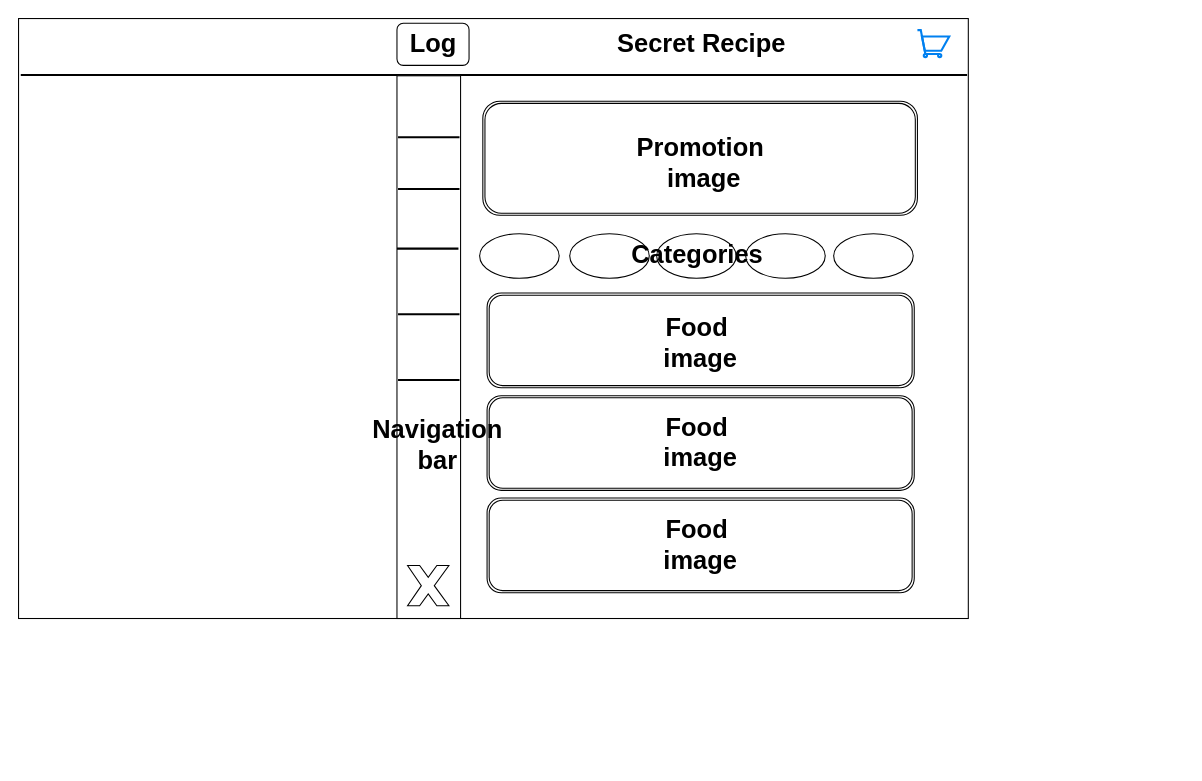
This is Untitled Diagram.drawio from VisualGitCode/VisualGitCode.github.io, a draw.io file, before an edit. Source tidied: cells renumbered, new cells numbered last; positions are measured from the earlier drawing's top-left corner, leaving out a move shared by most shapes. Both pictures are drawn from the tidied source at 106%, with x=0, y=0 at pixel (18, 18).
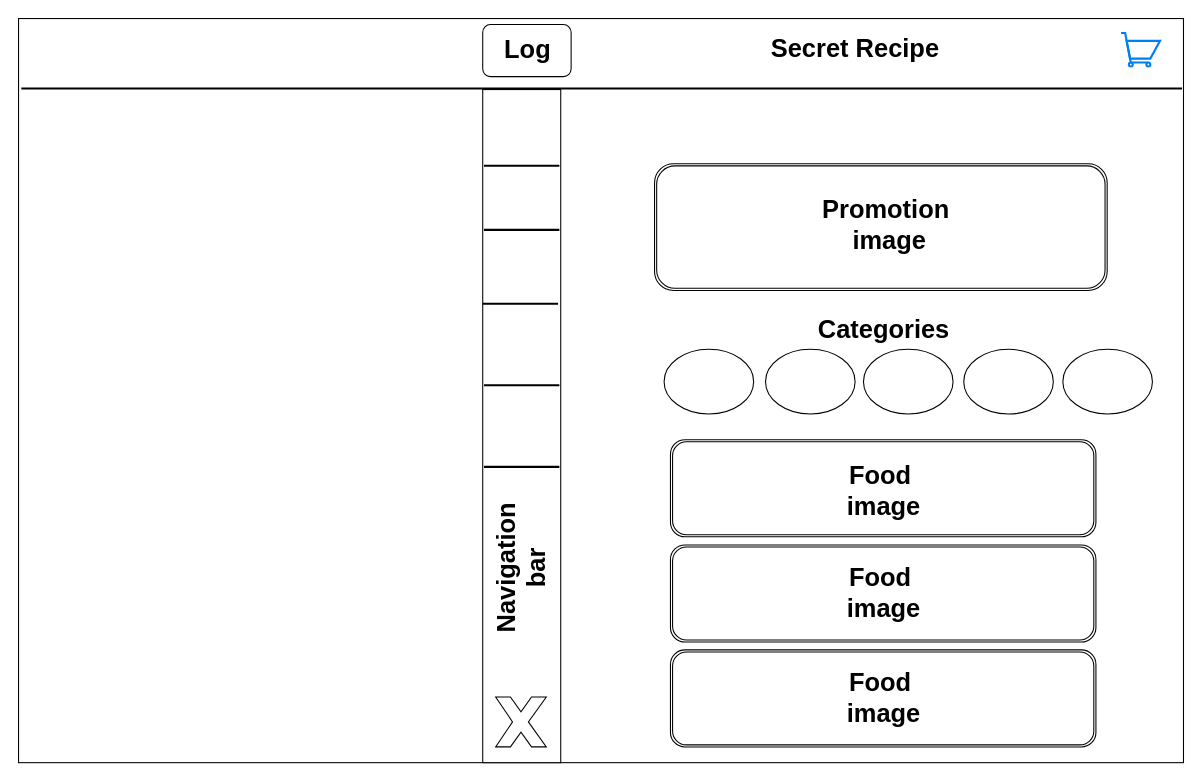
After the change.

Change to the diagram source:
```diff
@@
     <mxCell id="2" style="group;" parent="1" vertex="1">
-      <mxGeometry width="896" height="566" as="geometry" />
+      <mxGeometry width="1099" height="702" as="geometry" />
     </mxCell>
     <mxCell id="3" style="rounded=0;whiteSpace=wrap;html=1;" parent="2" vertex="1">
-      <mxGeometry width="896" height="566" as="geometry" />
+      <mxGeometry width="1099" height="702" as="geometry" />
     </mxCell>
     <mxCell id="4" style="line;strokeWidth=2;html=1;" parent="2" vertex="1">
-      <mxGeometry x="2.1" y="47.4" width="892.8" height="11.8" as="geometry" />
+      <mxGeometry x="2.6" y="58.7" width="1095" height="14.7" as="geometry" />
     </mxCell>
     <mxCell id="5" value="Secret Recipe" style="text;strokeColor=none;fillColor=none;html=1;fontSize=24;fontStyle=1;verticalAlign=middle;align=center;" parent="2" vertex="1">
-      <mxGeometry x="589.8" width="107.4" height="47.4" as="geometry" />
+      <mxGeometry x="723.4" width="131.8" height="58.7" as="geometry" />
     </mxCell>
     <mxCell id="6" style="group;" parent="2" vertex="1">
-      <mxGeometry x="442" y="259" width="403" height="282.6" as="geometry" />
+      <mxGeometry x="615" y="397.3" width="401.4" height="289.8" as="geometry" />
     </mxCell>
     <mxCell id="7" style="group;" parent="6" vertex="1">
-      <mxGeometry width="403" height="282.6" as="geometry" />
+      <mxGeometry width="401.4" height="289.8" as="geometry" />
     </mxCell>
     <mxCell id="8" style="shape=ext;double=1;rounded=1;whiteSpace=wrap;html=1;" parent="7" vertex="1">
-      <mxGeometry width="403" height="89.3" as="geometry" />
+      <mxGeometry width="401.4" height="91.6" as="geometry" />
     </mxCell>
     <mxCell id="9" style="shape=ext;double=1;rounded=1;whiteSpace=wrap;html=1;" parent="7" vertex="1">
-      <mxGeometry y="96.8" width="403" height="89.3" as="geometry" />
+      <mxGeometry y="99.3" width="401.4" height="91.6" as="geometry" />
     </mxCell>
     <mxCell id="10" style="shape=ext;double=1;rounded=1;whiteSpace=wrap;html=1;" parent="7" vertex="1">
-      <mxGeometry y="193.4" width="403" height="89.3" as="geometry" />
+      <mxGeometry y="198.3" width="401.4" height="91.6" as="geometry" />
     </mxCell>
     <mxCell id="11" value="Food&amp;nbsp;&lt;div&gt;image&lt;/div&gt;" style="text;strokeColor=none;fillColor=none;html=1;fontSize=24;fontStyle=1;verticalAlign=middle;align=center;" parent="7" vertex="1">
-      <mxGeometry x="62.5" y="27" width="277.9" height="40" as="geometry" />
+      <mxGeometry x="62.3" y="27.7" width="276.9" height="41" as="geometry" />
     </mxCell>
     <mxCell id="12" value="Food&amp;nbsp;&lt;div&gt;image&lt;/div&gt;" style="text;strokeColor=none;fillColor=none;html=1;fontSize=24;fontStyle=1;verticalAlign=middle;align=center;" parent="7" vertex="1">
-      <mxGeometry x="62.5" y="121.3" width="277.9" height="40" as="geometry" />
+      <mxGeometry x="62.3" y="124.4" width="276.9" height="41" as="geometry" />
     </mxCell>
     <mxCell id="13" value="Food&amp;nbsp;&lt;div&gt;image&lt;/div&gt;" style="text;strokeColor=none;fillColor=none;html=1;fontSize=24;fontStyle=1;verticalAlign=middle;align=center;" parent="7" vertex="1">
-      <mxGeometry x="62.5" y="218" width="277.9" height="40" as="geometry" />
+      <mxGeometry x="62.3" y="223.5" width="276.9" height="41" as="geometry" />
     </mxCell>
     <mxCell id="14" style="group;" parent="2" vertex="1">
-      <mxGeometry x="438" y="78" width="410" height="107.6" as="geometry" />
+      <mxGeometry x="567" y="123" width="502.9" height="133.5" as="geometry" />
     </mxCell>
     <mxCell id="15" style="shape=ext;double=1;rounded=1;whiteSpace=wrap;html=1;" parent="14" vertex="1">
-      <mxGeometry width="410" height="107.6" as="geometry" />
+      <mxGeometry x="33" y="14" width="427" height="119.5" as="geometry" />
     </mxCell>
     <mxCell id="16" value="Promotion&lt;div&gt;&amp;nbsp;image&lt;/div&gt;" style="text;strokeColor=none;fillColor=none;html=1;fontSize=24;fontStyle=1;verticalAlign=middle;align=center;" parent="14" vertex="1">
-      <mxGeometry x="109.2" y="44" width="191.6" height="28" as="geometry" />
+      <mxGeometry x="133.9" y="54.6" width="235" height="34.7" as="geometry" />
     </mxCell>
-    <mxCell id="17" style="group;" parent="2" vertex="1">
-      <mxGeometry x="435" y="203" width="409" height="42" as="geometry" />
-    </mxCell>
-    <mxCell id="18" style="ellipse;whiteSpace=wrap;html=1;" parent="17" vertex="1">
-      <mxGeometry width="75" height="42" as="geometry" />
-    </mxCell>
-    <mxCell id="19" style="ellipse;whiteSpace=wrap;html=1;" parent="17" vertex="1">
-      <mxGeometry x="167" width="75" height="42" as="geometry" />
-    </mxCell>
-    <mxCell id="20" style="ellipse;whiteSpace=wrap;html=1;" parent="17" vertex="1">
-      <mxGeometry x="251" width="75" height="42" as="geometry" />
-    </mxCell>
-    <mxCell id="21" style="ellipse;whiteSpace=wrap;html=1;" parent="17" vertex="1">
-      <mxGeometry x="85" width="75" height="42" as="geometry" />
-    </mxCell>
-    <mxCell id="22" style="ellipse;whiteSpace=wrap;html=1;" parent="17" vertex="1">
-      <mxGeometry x="334" width="75" height="42" as="geometry" />
-    </mxCell>
-    <mxCell id="23" value="Categories" style="text;strokeColor=none;fillColor=none;html=1;fontSize=24;fontStyle=1;verticalAlign=middle;align=center;" parent="17" vertex="1">
-      <mxGeometry x="154.5" width="100" height="40" as="geometry" />
-    </mxCell>
+    <mxCell id="37" style="group;" parent="2" vertex="1">
+      <mxGeometry x="437.9" y="67" width="106.1" height="635" as="geometry" />
+    </mxCell>
-    <mxCell id="24" style="rounded=0;whiteSpace=wrap;html=1;" parent="2" vertex="1">
-      <mxGeometry x="357" y="54" width="60" height="512" as="geometry" />
+    <mxCell id="24" style="rounded=0;whiteSpace=wrap;html=1;" parent="37" vertex="1">
+      <mxGeometry width="73.6" height="635" as="geometry" />
     </mxCell>
-    <mxCell id="25" style="group;" parent="2" vertex="1">
-      <mxGeometry x="357" y="107" width="59" height="239" as="geometry" />
+    <mxCell id="25" style="group;" parent="37" vertex="1">
+      <mxGeometry y="65.7" width="72.4" height="296.4" as="geometry" />
     </mxCell>
     <mxCell id="26" style="line;strokeWidth=2;html=1;" parent="25" vertex="1">
-      <mxGeometry x="1" y="48.8" width="58" height="10" as="geometry" />
+      <mxGeometry x="1.2" y="60.5" width="71.1" height="12.4" as="geometry" />
     </mxCell>
     <mxCell id="27" style="line;strokeWidth=2;html=1;" parent="25" vertex="1">
-      <mxGeometry y="105" width="58" height="10" as="geometry" />
+      <mxGeometry y="130.2" width="71.1" height="12.4" as="geometry" />
     </mxCell>
     <mxCell id="28" style="line;strokeWidth=2;html=1;" parent="25" vertex="1">
-      <mxGeometry x="1" y="167" width="58" height="10" as="geometry" />
+      <mxGeometry x="1.2" y="207.1" width="71.1" height="12.4" as="geometry" />
     </mxCell>
     <mxCell id="29" style="line;strokeWidth=2;html=1;" parent="25" vertex="1">
-      <mxGeometry x="1" y="229" width="58" height="10" as="geometry" />
+      <mxGeometry x="1.2" y="284" width="71.1" height="12.4" as="geometry" />
     </mxCell>
     <mxCell id="30" style="line;strokeWidth=2;html=1;" parent="25" vertex="1">
-      <mxGeometry x="1" width="58" height="10" as="geometry" />
+      <mxGeometry x="1.2" width="71.1" height="12.4" as="geometry" />
     </mxCell>
-    <mxCell id="31" value="Navigation&lt;div&gt;bar&lt;/div&gt;" style="text;strokeColor=none;fillColor=none;html=1;fontSize=24;fontStyle=1;verticalAlign=middle;align=center;" parent="2" vertex="1">
-      <mxGeometry x="338" y="383" width="113" height="37.3" as="geometry" />
+    <mxCell id="31" value="Navigation&lt;div&gt;bar&lt;/div&gt;" style="text;strokeColor=none;fillColor=none;html=1;fontSize=24;fontStyle=1;verticalAlign=middle;align=center;rotation=-90;" parent="37" vertex="1">
+      <mxGeometry x="-32.5" y="429" width="138.6" height="46.3" as="geometry" />
     </mxCell>
     <mxCell id="32" style="verticalLabelPosition=bottom;verticalAlign=top;html=1;shape=mxgraph.basic.x;" parent="2" vertex="1">
-      <mxGeometry x="367" y="516" width="39" height="38" as="geometry" />
+      <mxGeometry x="450.1" y="640" width="47.8" height="47.1" as="geometry" />
     </mxCell>
     <mxCell id="33" style="group;" parent="2" vertex="1">
-      <mxGeometry x="357" y="4.5" width="68" height="39.7" as="geometry" />
+      <mxGeometry x="437.9" y="5.6" width="83.4" height="49.2" as="geometry" />
     </mxCell>
     <mxCell id="34" style="rounded=1;whiteSpace=wrap;html=1;" parent="33" vertex="1">
-      <mxGeometry width="68" height="39.7" as="geometry" />
+      <mxGeometry width="83.4" height="49.2" as="geometry" />
     </mxCell>
     <mxCell id="35" value="Log" style="text;strokeColor=none;fillColor=none;html=1;fontSize=24;fontStyle=1;verticalAlign=middle;align=center;" parent="33" vertex="1">
-      <mxGeometry x="5.7" y="6.6" width="56.7" height="26.5" as="geometry" />
+      <mxGeometry x="7" y="8.2" width="69.5" height="32.8" as="geometry" />
     </mxCell>
     <mxCell id="36" style="html=1;verticalLabelPosition=bottom;align=center;labelBackgroundColor=#ffffff;verticalAlign=top;strokeWidth=2;strokeColor=#0080F0;shadow=0;dashed=0;shape=mxgraph.ios7.icons.shopping_cart;" parent="2" vertex="1">
-      <mxGeometry x="848" y="10.9" width="30" height="25.5" as="geometry" />
+      <mxGeometry x="1040.1" y="13.6" width="36.8" height="31.6" as="geometry" />
     </mxCell>
+    <mxCell id="23" value="Categories" style="text;strokeColor=none;fillColor=none;html=1;fontSize=24;fontStyle=1;verticalAlign=middle;align=center;" parent="2" vertex="1">
+      <mxGeometry x="754.4" y="277" width="122.7" height="33" as="geometry" />
+    </mxCell>
+    <mxCell id="38" style="group;" parent="2" vertex="1">
+      <mxGeometry x="609" y="312" width="460.7" height="61.1" as="geometry" />
+    </mxCell>
+    <mxCell id="39" style="group;" parent="38" vertex="1">
+      <mxGeometry width="460.7" height="61.1" as="geometry" />
+    </mxCell>
+    <mxCell id="18" style="ellipse;whiteSpace=wrap;html=1;" parent="39" vertex="1">
+      <mxGeometry width="84.5" height="61.1" as="geometry" />
+    </mxCell>
+    <mxCell id="19" style="ellipse;whiteSpace=wrap;html=1;" parent="39" vertex="1">
+      <mxGeometry x="188.1" width="84.5" height="61.1" as="geometry" />
+    </mxCell>
+    <mxCell id="20" style="ellipse;whiteSpace=wrap;html=1;" parent="39" vertex="1">
+      <mxGeometry x="282.7" width="84.5" height="61.1" as="geometry" />
+    </mxCell>
+    <mxCell id="21" style="ellipse;whiteSpace=wrap;html=1;" parent="39" vertex="1">
+      <mxGeometry x="95.7" width="84.5" height="61.1" as="geometry" />
+    </mxCell>
+    <mxCell id="22" style="ellipse;whiteSpace=wrap;html=1;" parent="39" vertex="1">
+      <mxGeometry x="376.2" width="84.5" height="61.1" as="geometry" />
+    </mxCell>
```
